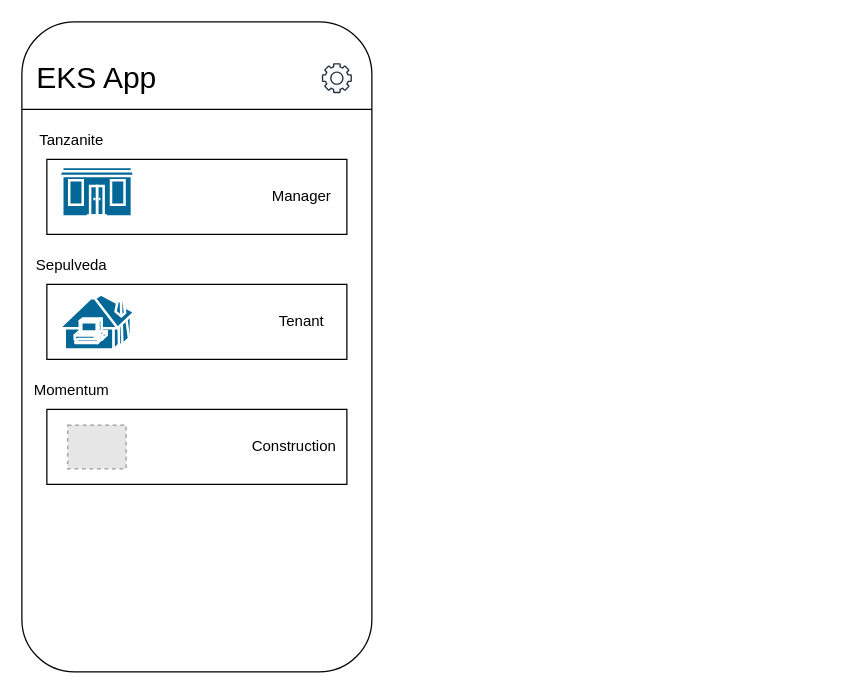
Earlier version of the draw.io diagram EKS System v2 .drawio (kevin3747118/ALZK). Source tidied: cells renumbered, new cells numbered last; positions are measured from the earlier drawing's top-left corner, leaving out a move shared by most shapes. Both pictures are drawn from the tidied source at 125%, with x=0, y=0 at pixel (21, 21). Pictures stored in the file or linked from it are replaced by grey dashed boxes.
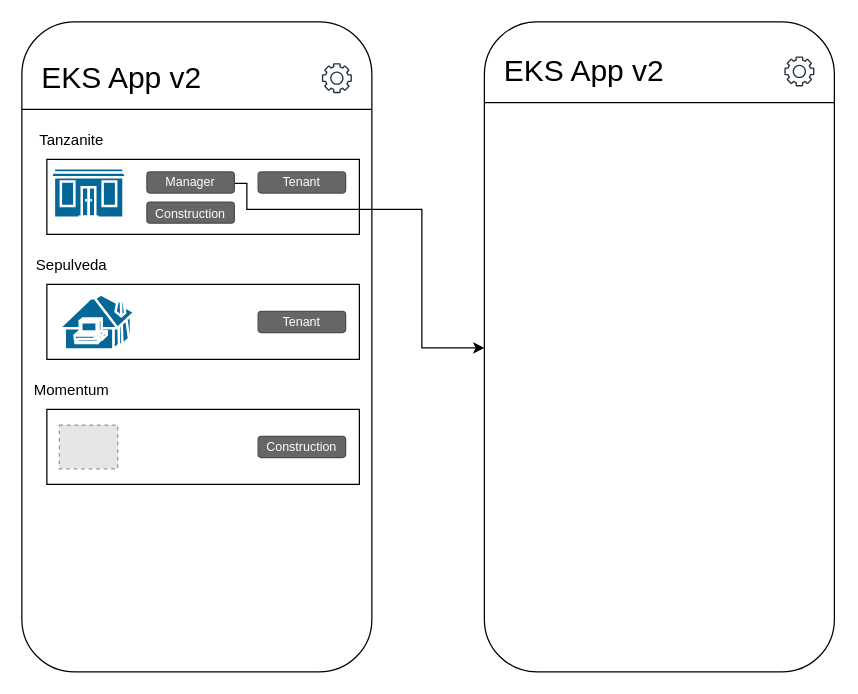
After the change.

What changed in the source:
```diff
@@
-    <mxCell id="5" value="&lt;font style=&quot;font-size: 24px;&quot;&gt;EKS App&lt;/font&gt;" style="text;html=1;strokeColor=none;fillColor=none;align=center;verticalAlign=middle;whiteSpace=wrap;rounded=0;" parent="1" vertex="1">
-      <mxGeometry x="10" y="30" width="100" height="30" as="geometry" />
+    <mxCell id="5" value="&lt;font style=&quot;font-size: 24px;&quot;&gt;EKS App v2&lt;/font&gt;" style="text;html=1;strokeColor=none;fillColor=none;align=center;verticalAlign=middle;whiteSpace=wrap;rounded=0;" parent="1" vertex="1">
+      <mxGeometry x="10" y="30" width="140" height="30" as="geometry" />
     </mxCell>
@@
     <mxCell id="8" style="rounded=0;whiteSpace=wrap;html=1;" parent="1" vertex="1">
-      <mxGeometry x="20" y="110" width="240" height="60" as="geometry" />
+      <mxGeometry x="20" y="110" width="250" height="60" as="geometry" />
     </mxCell>
     <mxCell id="9" style="rounded=0;whiteSpace=wrap;html=1;" parent="1" vertex="1">
-      <mxGeometry x="20" y="210" width="240" height="60" as="geometry" />
+      <mxGeometry x="20" y="210" width="250" height="60" as="geometry" />
     </mxCell>
     <mxCell id="10" style="rounded=0;whiteSpace=wrap;html=1;" parent="1" vertex="1">
-      <mxGeometry x="20" y="310" width="240" height="60" as="geometry" />
+      <mxGeometry x="20" y="310" width="250" height="60" as="geometry" />
     </mxCell>
-    <mxCell id="11" value="Manager" style="text;html=1;strokeColor=none;fillColor=none;align=center;verticalAlign=middle;whiteSpace=wrap;rounded=0;" parent="1" vertex="1">
-      <mxGeometry x="192" y="125" width="64" height="30" as="geometry" />
-    </mxCell>
-    <mxCell id="12" value="Tenant" style="text;html=1;strokeColor=none;fillColor=none;align=center;verticalAlign=middle;whiteSpace=wrap;rounded=0;" parent="1" vertex="1">
-      <mxGeometry x="192" y="225" width="64" height="30" as="geometry" />
-    </mxCell>
-    <mxCell id="13" value="Construction" style="text;html=1;strokeColor=none;fillColor=none;align=center;verticalAlign=middle;whiteSpace=wrap;rounded=0;" parent="1" vertex="1">
-      <mxGeometry x="180" y="325" width="76" height="30" as="geometry" />
-    </mxCell>
@@
     <mxCell id="15" style="fillColor=#E6E6E6;strokeColor=#999999;dashed=1;html=1;verticalLabelPosition=bottom;labelBackgroundColor=#ffffff;verticalAlign=top;" parent="1" vertex="1">
-      <mxGeometry x="36.7" y="322.5" width="46.7" height="35" as="geometry" />
+      <mxGeometry x="30" y="322.5" width="46.7" height="35" as="geometry" />
     </mxCell>
     <mxCell id="16" style="shape=mxgraph.cisco.buildings.small_business;html=1;dashed=0;fillColor=#036897;strokeColor=#ffffff;strokeWidth=2;verticalLabelPosition=bottom;verticalAlign=top;align=center;" parent="1" vertex="1">
-      <mxGeometry x="30" y="116" width="60" height="44" as="geometry" />
+      <mxGeometry x="23.3" y="117" width="60" height="44" as="geometry" />
     </mxCell>
@@
+    <mxCell id="18" style="edgeStyle=orthogonalEdgeStyle;rounded=0;orthogonalLoop=1;jettySize=auto;html=1;exitX=1;exitY=0.5;exitDx=0;exitDy=0;entryX=0;entryY=0.5;entryDx=0;entryDy=0;" parent="1" edge="1">
+      <mxGeometry relative="1" as="geometry">
+        <mxPoint x="170" y="129.2" as="sourcePoint" />
+        <mxPoint x="370" y="260.8" as="targetPoint" />
+        <Array as="points">
+          <mxPoint x="180" y="129" />
+          <mxPoint x="180" y="150" />
+          <mxPoint x="320" y="150" />
+          <mxPoint x="320" y="261" />
+        </Array>
+      </mxGeometry>
+    </mxCell>
+    <mxCell id="11" value="Manager" style="rounded=1;html=1;shadow=0;dashed=0;whiteSpace=wrap;fontSize=10;fillColor=#666666;align=center;strokeColor=#4D4D4D;fontColor=#ffffff;" parent="1" vertex="1">
+      <mxGeometry x="100" y="120" width="70" height="16.9" as="geometry" />
+    </mxCell>
+    <mxCell id="19" value="Tenant" style="rounded=1;html=1;shadow=0;dashed=0;whiteSpace=wrap;fontSize=10;fillColor=#666666;align=center;strokeColor=#4D4D4D;fontColor=#ffffff;" parent="1" vertex="1">
+      <mxGeometry x="189" y="120" width="70" height="16.9" as="geometry" />
+    </mxCell>
+    <mxCell id="20" value="Construction" style="rounded=1;html=1;shadow=0;dashed=0;whiteSpace=wrap;fontSize=10;fillColor=#666666;align=center;strokeColor=#4D4D4D;fontColor=#ffffff;" parent="1" vertex="1">
+      <mxGeometry x="100" y="144.1" width="70" height="16.9" as="geometry" />
+    </mxCell>
+    <mxCell id="21" value="Tenant" style="rounded=1;html=1;shadow=0;dashed=0;whiteSpace=wrap;fontSize=10;fillColor=#666666;align=center;strokeColor=#4D4D4D;fontColor=#ffffff;" parent="1" vertex="1">
+      <mxGeometry x="189" y="231.6" width="70" height="16.9" as="geometry" />
+    </mxCell>
+    <mxCell id="22" value="Construction" style="rounded=1;html=1;shadow=0;dashed=0;whiteSpace=wrap;fontSize=10;fillColor=#666666;align=center;strokeColor=#4D4D4D;fontColor=#ffffff;" parent="1" vertex="1">
+      <mxGeometry x="189" y="331.6" width="70" height="16.9" as="geometry" />
+    </mxCell>
+    <mxCell id="23" style="rounded=1;whiteSpace=wrap;html=1;" parent="1" vertex="1">
+      <mxGeometry x="370" width="280" height="520" as="geometry" />
+    </mxCell>
+    <mxCell id="24" style="endArrow=none;html=1;rounded=0;" parent="1" edge="1">
+      <mxGeometry relative="1" as="geometry">
+        <mxPoint x="370" y="64.6" as="sourcePoint" />
+        <mxPoint x="650" y="64.6" as="targetPoint" />
+      </mxGeometry>
+    </mxCell>
+    <mxCell id="25" value="&lt;font style=&quot;font-size: 24px;&quot;&gt;EKS App v2&lt;/font&gt;" style="text;html=1;strokeColor=none;fillColor=none;align=center;verticalAlign=middle;whiteSpace=wrap;rounded=0;" parent="1" vertex="1">
+      <mxGeometry x="380" y="24.6" width="140" height="30" as="geometry" />
+    </mxCell>
+    <mxCell id="26" style="sketch=0;fontColor=#232F3E;gradientColor=none;fillColor=#232F3D;strokeColor=none;dashed=0;verticalLabelPosition=bottom;verticalAlign=top;align=center;html=1;fontSize=12;fontStyle=0;shape=mxgraph.aws4.gear;" parent="1" vertex="1">
+      <mxGeometry x="610" y="27.6" width="24" height="24" as="geometry" />
+    </mxCell>
```
